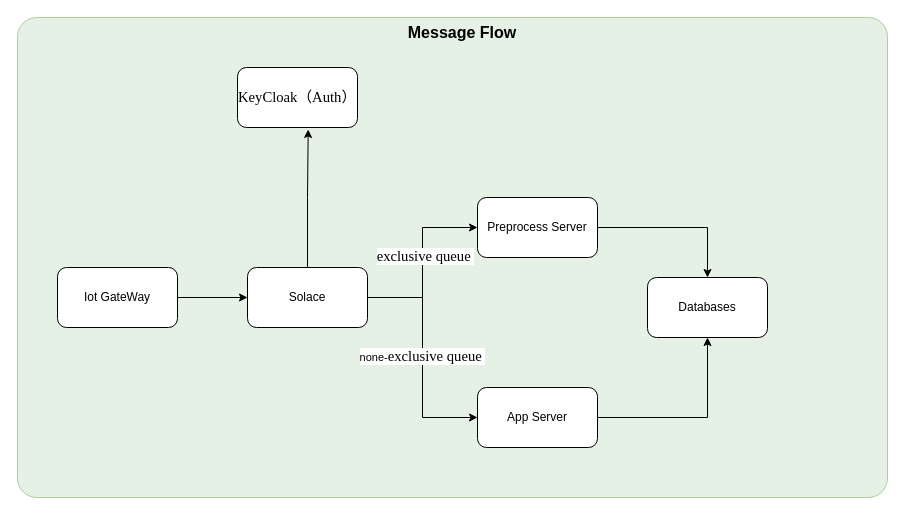
alvin-zj/MyUml keeps this draw.io diagram as page "Message Flow" (1 of 3) of design-uml/src/main/Untitled Diagram.drawio. Above is the earlier version. Source tidied: cells renumbered, new cells numbered last; positions are measured from the earlier drawing's top-left corner, leaving out a move shared by most shapes. Both pictures are drawn from the tidied source at 100%, with x=0, y=0 at pixel (17, 17).
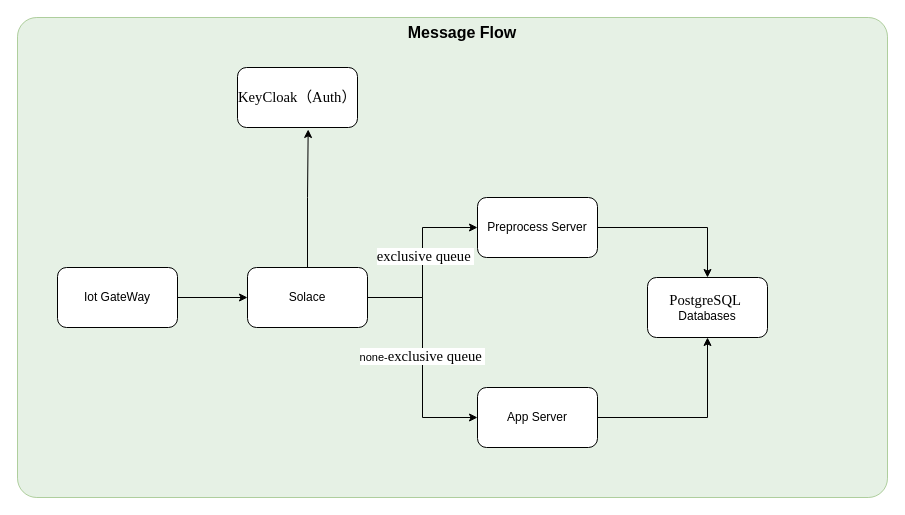
Above is the later version.

What changed in the source:
```diff
@@
 <mxGraphModel>
   <root>
     <mxCell id="0" />
     <mxCell id="1" parent="0" />
     <mxCell id="2" style="rounded=1;whiteSpace=wrap;html=1;shadow=0;opacity=60;rotation=0;arcSize=4;fillColor=#d5e8d4;strokeColor=#82b366;" parent="1" vertex="1">
       <mxGeometry width="870" height="480" as="geometry" />
     </mxCell>
     <mxCell id="3" style="edgeStyle=orthogonalEdgeStyle;rounded=0;jettySize=auto;html=1;entryX=0;entryY=0.5;entryDx=0;entryDy=0;" parent="1" edge="1" source="4" target="9">
       <mxGeometry relative="1" as="geometry" />
     </mxCell>
     <mxCell id="4" value="Iot GateWay" style="rounded=1;whiteSpace=wrap;html=1;" parent="1" vertex="1">
       <mxGeometry x="40" y="250" width="120" height="60" as="geometry" />
     </mxCell>
     <mxCell id="5" style="edgeStyle=orthogonalEdgeStyle;rounded=0;jettySize=auto;html=1;entryX=0;entryY=0.5;entryDx=0;entryDy=0;" parent="1" edge="1" source="9" target="11">
       <mxGeometry relative="1" as="geometry" />
     </mxCell>
     <mxCell id="6" value="&lt;span lang=&quot;EN-US&quot; style=&quot;font-size:11.0pt;line-height:&lt;br/&gt;107%;font-family:&amp;quot;Times New Roman&amp;quot;,serif;mso-fareast-font-family:等线;mso-fareast-theme-font:&lt;br/&gt;minor-fareast;mso-bidi-font-family:Arial;mso-bidi-theme-font:minor-bidi;&lt;br/&gt;mso-ansi-language:EN-US;mso-fareast-language:ZH-CN;mso-bidi-language:AR-SA&quot;&gt;exclusive queue&amp;nbsp;&lt;/span&gt;" style="edgeLabel;html=1;align=center;verticalAlign=middle;" parent="5" vertex="1">
       <mxGeometry x="0.08" y="-2" relative="1" as="geometry" />
     </mxCell>
     <mxCell id="7" style="edgeStyle=orthogonalEdgeStyle;rounded=0;jettySize=auto;html=1;entryX=0;entryY=0.5;entryDx=0;entryDy=0;" parent="1" edge="1" source="9" target="13">
       <mxGeometry relative="1" as="geometry" />
     </mxCell>
     <mxCell id="8" value="none-&lt;span lang=&quot;EN-US&quot; style=&quot;font-size:11.0pt;line-height:&lt;br/&gt;107%;font-family:&amp;quot;Times New Roman&amp;quot;,serif;mso-fareast-font-family:等线;mso-fareast-theme-font:&lt;br/&gt;minor-fareast;mso-bidi-font-family:Arial;mso-bidi-theme-font:minor-bidi;&lt;br/&gt;mso-ansi-language:EN-US;mso-fareast-language:ZH-CN;mso-bidi-language:AR-SA&quot;&gt;exclusive queue&amp;nbsp;&lt;/span&gt;" style="edgeLabel;html=1;align=center;verticalAlign=middle;" parent="7" vertex="1">
       <mxGeometry x="-0.02" y="-1" relative="1" as="geometry" />
     </mxCell>
     <mxCell id="9" value="Solace" style="rounded=1;whiteSpace=wrap;html=1;" parent="1" vertex="1">
       <mxGeometry x="230" y="250" width="120" height="60" as="geometry" />
     </mxCell>
     <mxCell id="10" style="edgeStyle=orthogonalEdgeStyle;rounded=0;jettySize=auto;html=1;entryX=0.5;entryY=0;entryDx=0;entryDy=0;" parent="1" edge="1" source="11" target="14">
       <mxGeometry relative="1" as="geometry" />
     </mxCell>
     <mxCell id="11" value="Preprocess Server" style="rounded=1;whiteSpace=wrap;html=1;" parent="1" vertex="1">
       <mxGeometry x="460" y="180" width="120" height="60" as="geometry" />
     </mxCell>
     <mxCell id="12" style="edgeStyle=orthogonalEdgeStyle;rounded=0;jettySize=auto;html=1;entryX=0.5;entryY=1;entryDx=0;entryDy=0;" parent="1" edge="1" source="13" target="14">
       <mxGeometry relative="1" as="geometry" />
     </mxCell>
     <mxCell id="13" value="App Server" style="rounded=1;whiteSpace=wrap;html=1;" parent="1" vertex="1">
       <mxGeometry x="460" y="370" width="120" height="60" as="geometry" />
     </mxCell>
-    <mxCell id="14" value="Databases" style="rounded=1;whiteSpace=wrap;html=1;" parent="1" vertex="1">
+    <mxCell id="14" value="&lt;span lang=&quot;EN-US&quot; style=&quot;font-size:11.0pt;line-height:&lt;br/&gt;107%;font-family:&amp;quot;Times New Roman&amp;quot;,serif;mso-fareast-font-family:等线;mso-fareast-theme-font:&lt;br/&gt;minor-fareast;mso-bidi-font-family:Arial;mso-bidi-theme-font:minor-bidi;&lt;br/&gt;mso-ansi-language:EN-US;mso-fareast-language:ZH-CN;mso-bidi-language:AR-SA&quot;&gt;PostgreSQL&amp;nbsp;&lt;br&gt;&lt;/span&gt;Databases" style="rounded=1;whiteSpace=wrap;html=1;" parent="1" vertex="1">
       <mxGeometry x="630" y="260" width="120" height="60" as="geometry" />
     </mxCell>
     <mxCell id="15" value="&lt;span lang=&quot;EN-US&quot; style=&quot;font-size:11.0pt;line-height:&amp;lt;br/&amp;gt;107%;font-family:&amp;quot;Times New Roman&amp;quot;,serif;mso-fareast-font-family:等线;mso-fareast-theme-font:&amp;lt;br/&amp;gt;minor-fareast;mso-bidi-font-family:Arial;mso-bidi-theme-font:minor-bidi;&amp;lt;br/&amp;gt;mso-ansi-language:EN-US;mso-fareast-language:ZH-CN;mso-bidi-language:AR-SA&quot;&gt;KeyCloak（Auth）&lt;/span&gt;" style="rounded=1;whiteSpace=wrap;html=1;" parent="1" vertex="1">
       <mxGeometry x="220" y="50" width="120" height="60" as="geometry" />
     </mxCell>
     <mxCell id="16" style="edgeStyle=orthogonalEdgeStyle;rounded=0;jettySize=auto;html=1;entryX=0.589;entryY=1.033;entryDx=0;entryDy=0;entryPerimeter=0;" parent="1" edge="1" source="9" target="15">
       <mxGeometry relative="1" as="geometry" />
     </mxCell>
     <mxCell id="17" value="Message Flow" style="text;html=1;whiteSpace=wrap;strokeColor=none;fillColor=none;align=center;verticalAlign=middle;rounded=0;fontSize=16;fontStyle=1;" parent="1" vertex="1">
       <mxGeometry x="320" width="250" height="30" as="geometry" />
     </mxCell>
   </root>
 </mxGraphModel>
```
